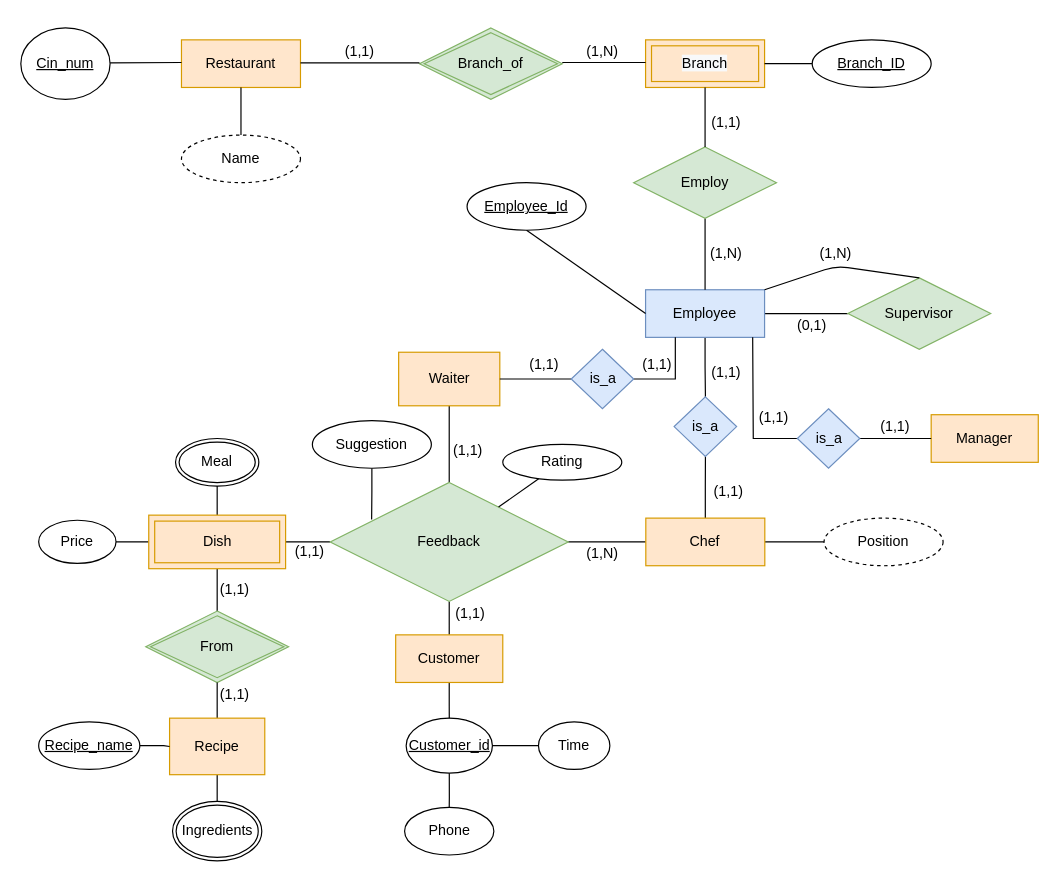
Earlier version of the draw.io diagram Restaurant Ratings.drawio (sarthaka1310/DAA). Source tidied: cells renumbered, new cells numbered last; positions are measured from the earlier drawing's top-left corner, leaving out a move shared by most shapes. Both pictures are drawn from the tidied source at 119%, with x=0, y=0 at pixel (20, 27).
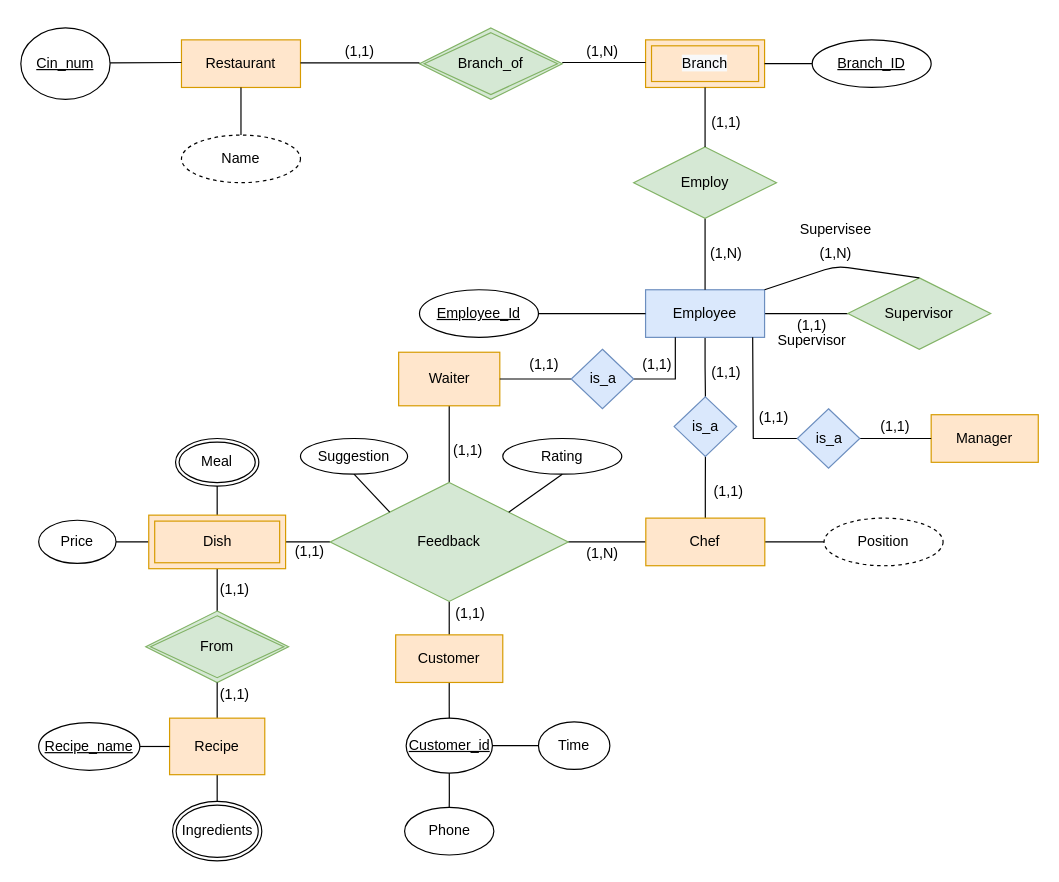
The same page after the edit.

The change refers to these unchanged cells:
```xml
<mxCell id="6" value="Feedback" style="rhombus;whiteSpace=wrap;html=1;fillColor=#d5e8d4;strokeColor=#82b366;" parent="1" vertex="1">
  <mxGeometry x="260" y="381.9" width="200" height="100" as="geometry" />
</mxCell>
<mxCell id="14" value="Employee" style="whiteSpace=wrap;html=1;align=center;fillColor=#dae8fc;strokeColor=#6c8ebf;" parent="1" vertex="1">
  <mxGeometry x="525" y="220" width="100" height="40" as="geometry" />
</mxCell>
<mxCell id="31" value="is_a" style="rhombus;whiteSpace=wrap;html=1;fillColor=#dae8fc;strokeColor=#6c8ebf;" parent="1" vertex="1">
  <mxGeometry x="549" y="310" width="52.5" height="50" as="geometry" />
</mxCell>
```

Change to the diagram source:
```diff
@@
     <mxCell id="11" value="Rating" style="ellipse;whiteSpace=wrap;html=1;align=center;fontStyle=0;" parent="1" vertex="1">
-      <mxGeometry x="405" y="350" width="100" height="30" as="geometry" />
+      <mxGeometry x="405" y="345" width="100" height="30" as="geometry" />
     </mxCell>
-    <mxCell id="12" style="edgeStyle=orthogonalEdgeStyle;rounded=0;jettySize=auto;html=1;endArrow=none;endFill=0;" parent="1" edge="1" source="14" target="31">
+    <mxCell id="12" style="edgeStyle=orthogonalEdgeStyle;rounded=0;jettySize=auto;html=1;endArrow=none;endFill=0;exitX=0.5;exitY=1;exitDx=0;exitDy=0;" parent="1" edge="1" source="14" target="31">
       <mxGeometry relative="1" as="geometry" />
     </mxCell>
@@
     <mxCell id="28" value="Employee_Id" style="ellipse;whiteSpace=wrap;html=1;align=center;fontStyle=4;" parent="1" vertex="1">
-      <mxGeometry x="375" y="130" width="100" height="40" as="geometry" />
+      <mxGeometry x="335" y="220" width="100" height="40" as="geometry" />
     </mxCell>
-    <mxCell id="29" style="endArrow=none;html=1;rounded=0;" parent="1" edge="1" source="6" target="11">
+    <mxCell id="29" style="endArrow=none;html=1;rounded=0;entryX=0.5;entryY=1;entryDx=0;entryDy=0;exitX=1;exitY=0;exitDx=0;exitDy=0;" parent="1" edge="1" source="6" target="11">
       <mxGeometry relative="1" as="geometry" />
     </mxCell>
@@
-    <mxCell id="40" style="edgeStyle=orthogonalEdgeStyle;rounded=0;jettySize=auto;html=1;entryX=0.174;entryY=0.312;entryDx=0;entryDy=0;entryPerimeter=0;endArrow=none;endFill=0;" parent="1" edge="1" source="41" target="6">
-      <mxGeometry relative="1" as="geometry" />
-    </mxCell>
     <mxCell id="41" value="Suggestion" style="ellipse;whiteSpace=wrap;html=1;align=center;" parent="1" vertex="1">
-      <mxGeometry x="245" y="330" width="100" height="40" as="geometry" />
+      <mxGeometry x="235" y="345" width="90" height="30" as="geometry" />
     </mxCell>
@@
     <mxCell id="57" value="Recipe_name" style="ellipse;whiteSpace=wrap;html=1;align=center;fontStyle=4;" parent="1" vertex="1">
-      <mxGeometry x="15" y="583.1" width="85" height="40" as="geometry" />
+      <mxGeometry x="15" y="583.8" width="85" height="40" as="geometry" />
     </mxCell>
@@
-    <mxCell id="64" style="endArrow=none;html=1;rounded=0;exitX=0.5;exitY=1;exitDx=0;exitDy=0;entryX=0;entryY=0.5;entryDx=0;entryDy=0;" parent="1" edge="1" source="28" target="14">
+    <mxCell id="64" style="endArrow=none;html=1;rounded=0;exitX=1;exitY=0.5;exitDx=0;exitDy=0;entryX=0;entryY=0.5;entryDx=0;entryDy=0;" parent="1" edge="1" source="28" target="14">
       <mxGeometry relative="1" as="geometry" />
     </mxCell>
@@
-    <mxCell id="70" value="(0,1)" style="text;html=1;strokeColor=none;fillColor=none;align=center;verticalAlign=middle;whiteSpace=wrap;rounded=0;" parent="1" vertex="1">
+    <mxCell id="70" value="(1,1)" style="text;html=1;strokeColor=none;fillColor=none;align=center;verticalAlign=middle;whiteSpace=wrap;rounded=0;" parent="1" vertex="1">
       <mxGeometry x="645" y="240" width="40" height="20" as="geometry" />
     </mxCell>
@@
+    <mxCell id="84" value="Supervisor" style="text;html=1;strokeColor=none;fillColor=none;align=center;verticalAlign=middle;whiteSpace=wrap;rounded=0;" parent="1" vertex="1">
+      <mxGeometry x="645" y="252.5" width="40" height="20" as="geometry" />
+    </mxCell>
+    <mxCell id="85" value="Supervisee" style="text;html=1;strokeColor=none;fillColor=none;align=center;verticalAlign=middle;whiteSpace=wrap;rounded=0;" parent="1" vertex="1">
+      <mxGeometry x="665" y="160" width="40" height="20" as="geometry" />
+    </mxCell>
+    <mxCell id="86" style="endArrow=none;html=1;entryX=0.5;entryY=1;entryDx=0;entryDy=0;exitX=0;exitY=0;exitDx=0;exitDy=0;" parent="1" edge="1" source="6" target="41">
+      <mxGeometry relative="1" as="geometry" />
+    </mxCell>
```
